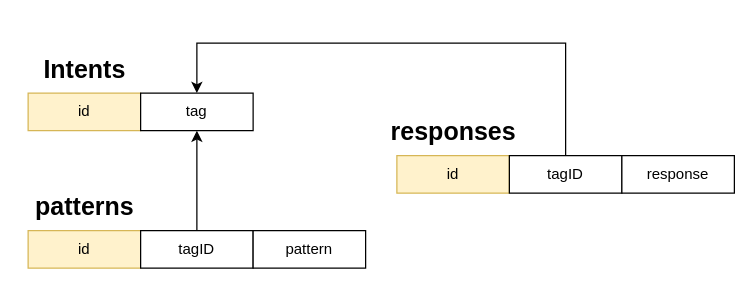
Earlier version of the draw.io diagram diagrams/relationalModel.drawio (Spotinum/aiChatbot). Source tidied: cells renumbered, new cells numbered last; positions are measured from the earlier drawing's top-left corner, leaving out a move shared by most shapes. Both pictures are drawn from the tidied source at 125%, with x=0, y=0 at pixel (21, 42).
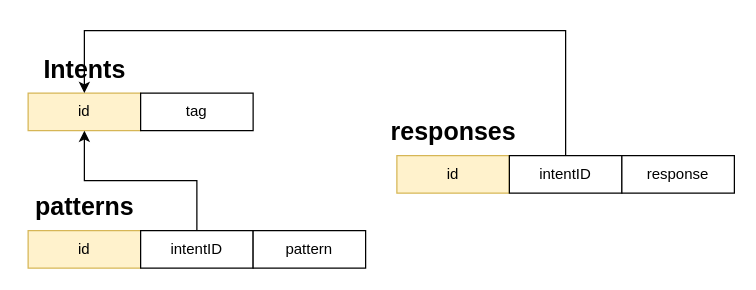
The same diagram, later.

Change to the diagram source:
```diff
@@
 <mxGraphModel>
   <root>
     <mxCell id="0" />
     <mxCell id="1" parent="0" />
     <mxCell id="2" value="id" style="rounded=0;whiteSpace=wrap;html=1;fillColor=#fff2cc;strokeColor=#d6b656;" parent="1" vertex="1">
       <mxGeometry x="5" y="40" width="90" height="30" as="geometry" />
     </mxCell>
     <mxCell id="3" value="tag" style="rounded=0;whiteSpace=wrap;html=1;" parent="1" vertex="1">
       <mxGeometry x="95" y="40" width="90" height="30" as="geometry" />
     </mxCell>
     <mxCell id="4" value="&lt;b&gt;&lt;font style=&quot;font-size: 20px;&quot;&gt;Intents&lt;/font&gt;&lt;/b&gt;" style="text;html=1;align=center;verticalAlign=middle;strokeColor=none;fillColor=none;" parent="1" vertex="1">
       <mxGeometry x="5" width="90" height="40" as="geometry" />
     </mxCell>
     <mxCell id="5" value="id" style="rounded=0;whiteSpace=wrap;html=1;fillColor=#fff2cc;strokeColor=#d6b656;" parent="1" vertex="1">
       <mxGeometry x="5" y="150" width="90" height="30" as="geometry" />
     </mxCell>
-    <mxCell id="6" style="edgeStyle=orthogonalEdgeStyle;rounded=0;jettySize=auto;html=1;" parent="1" edge="1" source="7" target="3">
-      <mxGeometry relative="1" as="geometry" />
-    </mxCell>
+    <mxCell id="15" style="edgeStyle=orthogonalEdgeStyle;rounded=0;jettySize=auto;html=1;" parent="1" edge="1" source="7" target="2">
+      <mxGeometry relative="1" as="geometry" />
+    </mxCell>
-    <mxCell id="7" value="tagID" style="rounded=0;whiteSpace=wrap;html=1;" parent="1" vertex="1">
+    <mxCell id="7" value="intentID" style="rounded=0;whiteSpace=wrap;html=1;" parent="1" vertex="1">
       <mxGeometry x="95" y="150" width="90" height="30" as="geometry" />
     </mxCell>
     <mxCell id="8" value="&lt;b&gt;&lt;font style=&quot;font-size: 20px;&quot;&gt;patterns&lt;/font&gt;&lt;/b&gt;" style="text;html=1;align=center;verticalAlign=middle;strokeColor=none;fillColor=none;" parent="1" vertex="1">
       <mxGeometry y="110" width="100" height="40" as="geometry" />
     </mxCell>
     <mxCell id="9" value="pattern" style="rounded=0;whiteSpace=wrap;html=1;" parent="1" vertex="1">
       <mxGeometry x="185" y="150" width="90" height="30" as="geometry" />
     </mxCell>
     <mxCell id="10" value="id" style="rounded=0;whiteSpace=wrap;html=1;fillColor=#fff2cc;strokeColor=#d6b656;" parent="1" vertex="1">
       <mxGeometry x="300" y="90" width="90" height="30" as="geometry" />
     </mxCell>
-    <mxCell id="11" style="edgeStyle=orthogonalEdgeStyle;rounded=0;jettySize=auto;html=1;" parent="1" edge="1" source="12" target="3">
-      <mxGeometry relative="1" as="geometry">
-        <Array as="points">
-          <mxPoint x="435" />
-          <mxPoint x="140" />
-        </Array>
-      </mxGeometry>
-    </mxCell>
+    <mxCell id="16" style="edgeStyle=orthogonalEdgeStyle;rounded=0;jettySize=auto;html=1;" parent="1" edge="1" source="12" target="2">
+      <mxGeometry relative="1" as="geometry">
+        <Array as="points">
+          <mxPoint x="435" y="-10" />
+          <mxPoint x="50" y="-10" />
+        </Array>
+      </mxGeometry>
+    </mxCell>
-    <mxCell id="12" value="tagID" style="rounded=0;whiteSpace=wrap;html=1;" parent="1" vertex="1">
+    <mxCell id="12" value="intentID" style="rounded=0;whiteSpace=wrap;html=1;" parent="1" vertex="1">
       <mxGeometry x="390" y="90" width="90" height="30" as="geometry" />
     </mxCell>
     <mxCell id="13" value="&lt;b&gt;&lt;font style=&quot;font-size: 20px;&quot;&gt;responses&lt;/font&gt;&lt;/b&gt;" style="text;html=1;align=center;verticalAlign=middle;strokeColor=none;fillColor=none;" parent="1" vertex="1">
       <mxGeometry x="285" y="50" width="120" height="40" as="geometry" />
     </mxCell>
     <mxCell id="14" value="response" style="rounded=0;whiteSpace=wrap;html=1;" parent="1" vertex="1">
       <mxGeometry x="480" y="90" width="90" height="30" as="geometry" />
     </mxCell>
   </root>
 </mxGraphModel>
```
